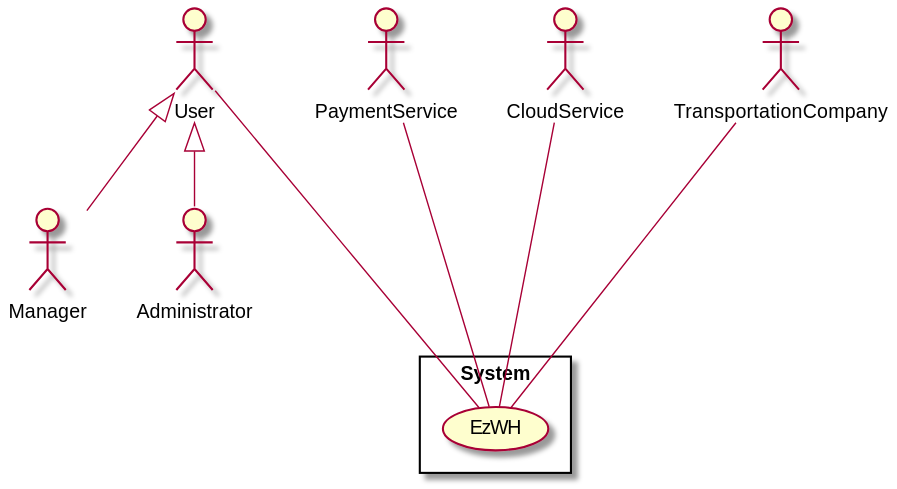
This is out/context_diagram/ContextDiagram.svg from fabiooraziomirto/software-engineering-project, a PlantUML export, as it was before one commit. Source of this version:
```plantuml
@startuml ContextDiagram

rectangle System{
	usecase "EzWH" as EZWareHouse
}

User <|-- Manager
User <|-- Administrator
User --- EZWareHouse

PaymentService --- EZWareHouse
CloudService --- EZWareHouse
TransportationCompany --- EZWareHouse
@enduml
```
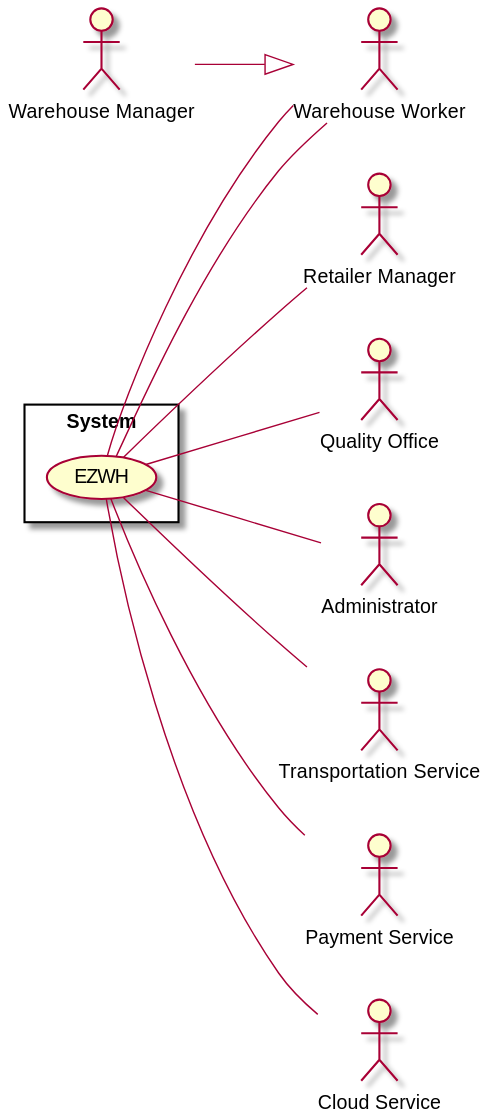
After the commit.

Commit message:
Modifies Stakeholders, Actors and Context Diagram

Adds new Stakeholders:
- Supplier Manager
- Warehouse Workers
- Quality Office

Adds new Actors:
- Quality Office (as in the Fabio's solution)
- Warehouse Workers

Modifies the Context Diagram:
- Adds the Peter's changes, to look more readable
- Adds the new Actors
- Removes User as Actor (which doesn't exist, my fault) and adds the
generalization WarehouseManager -> WarehouseWorker

What changed in the source:
```diff
@@ -1,14 +1,26 @@
 @startuml ContextDiagram
+left to right direction
+skinparam packagestyle rect
 
+actor "Warehouse Manager" as WarehouseManager
+actor "Retailer Manager" as RetailerManager
+actor "Quality Office" as QualityOffice
+actor "Warehouse Worker" as WarehouseWorker
+actor Administrator
+actor "Transportation Service" as TransportationService
+actor "Payment Service" as PayementService
+actor "Cloud Service" as CloudService
+
+WarehouseManager --|> WarehouseWorker
 rectangle System{
-	usecase "EzWH" as EZWareHouse
+	(EZWH) -- QualityOffice
+	(EZWH) -- TransportationService
+	(EZWH) -- PayementService
+	(EZWH) -- CloudService
+	(EZWH) -- WarehouseWorker
+	(EZWH) -- RetailerManager
+	(EZWH) -- WarehouseWorker
+	(EZWH) -- Administrator
+
 }
-
-User <|-- Manager
-User <|-- Administrator
-User --- EZWareHouse
-
-PaymentService --- EZWareHouse
-CloudService --- EZWareHouse
-TransportationCompany --- EZWareHouse
 @enduml
```
